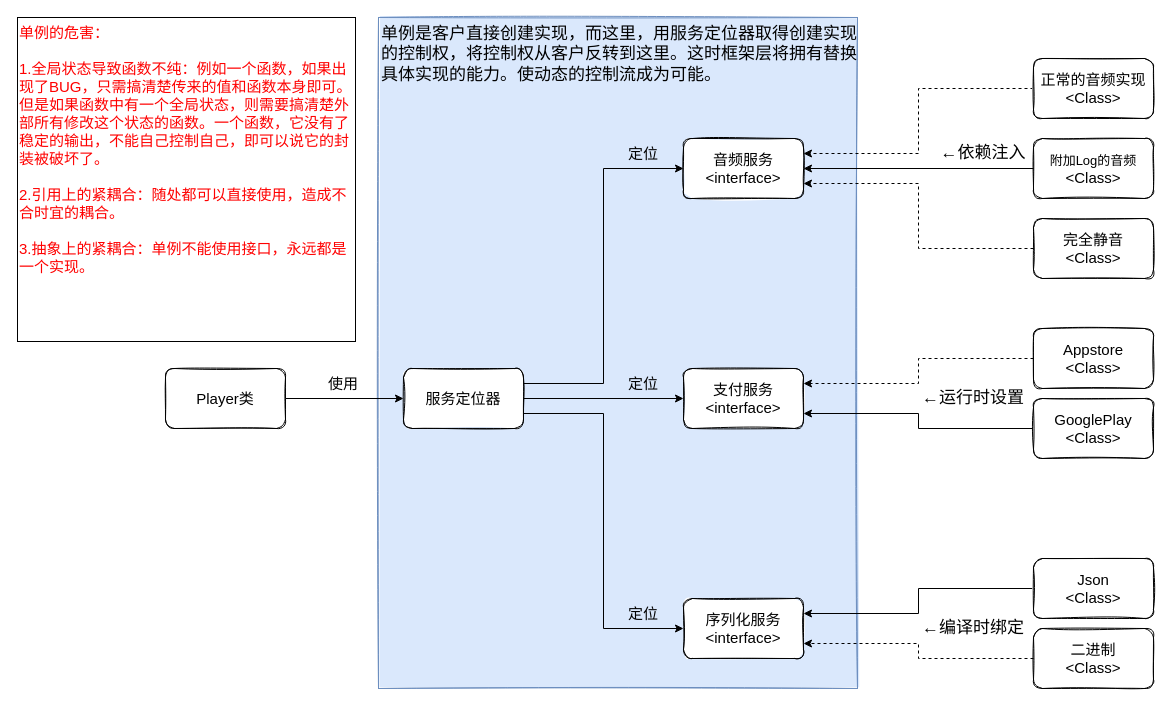
Before: page "服务定位器" (2 of 10) of StartFramework.drawio in sass00n1/StartFramework, a draw.io diagram. Source tidied: cells renumbered, new cells numbered last; positions are measured from the earlier drawing's top-left corner, leaving out a move shared by most shapes. Both pictures are drawn from the tidied source at 100%, with x=0, y=0 at pixel (17, 17).
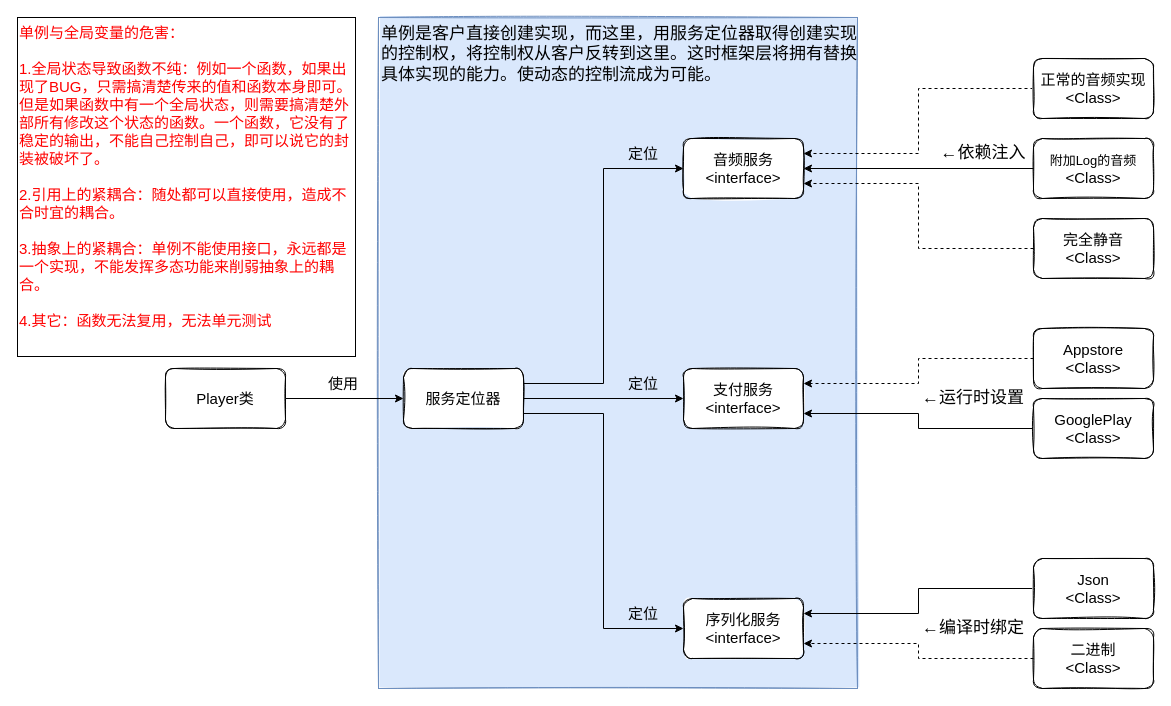
After the change.

What changed in the source:
```diff
@@
-    <mxCell id="35" value="&lt;div style=&quot;font-size: 15px&quot;&gt;&lt;font style=&quot;font-size: 15px&quot; color=&quot;#FF0000&quot;&gt;单例的危害：&lt;br&gt;&lt;/font&gt;&lt;/div&gt;&lt;div style=&quot;font-size: 15px&quot;&gt;&lt;font style=&quot;font-size: 15px&quot; color=&quot;#FF0000&quot;&gt;&lt;br&gt;&lt;/font&gt;&lt;/div&gt;&lt;div style=&quot;font-size: 15px&quot;&gt;&lt;font style=&quot;font-size: 15px&quot; color=&quot;#FF0000&quot;&gt;1.全局状态导致函数不纯：例如一个函数，如果出现了BUG，只需搞清楚传来的值和函数本身即可。但是如果函数中有一个全局状态，则需要搞清楚外部所有修改这个状态的函数。一个函数，它没有了稳定的输出，不能自己控制自己，即可以说它的封装被破坏了。&lt;/font&gt;&lt;/div&gt;&lt;div style=&quot;font-size: 15px&quot;&gt;&lt;font style=&quot;font-size: 15px&quot; color=&quot;#FF0000&quot;&gt;&lt;br&gt;&lt;/font&gt;&lt;/div&gt;&lt;div style=&quot;font-size: 15px&quot;&gt;&lt;font style=&quot;font-size: 15px&quot; color=&quot;#FF0000&quot;&gt;2.引用上的紧耦合：随处都可以直接使用，造成不合时宜的耦合。&lt;/font&gt;&lt;/div&gt;&lt;div style=&quot;font-size: 15px&quot;&gt;&lt;font style=&quot;font-size: 15px&quot; color=&quot;#FF0000&quot;&gt;&lt;br&gt;&lt;/font&gt;&lt;/div&gt;&lt;div style=&quot;font-size: 15px&quot;&gt;&lt;font style=&quot;font-size: 15px&quot; color=&quot;#FF0000&quot;&gt;3.抽象上的紧耦合：单例不能使用接口，永远都是一个实现。&lt;br&gt;&lt;/font&gt;&lt;/div&gt;" style="rounded=0;whiteSpace=wrap;html=1;align=left;verticalAlign=top;" parent="1" vertex="1">
-      <mxGeometry width="338" height="324" as="geometry" />
+    <mxCell id="35" value="&lt;div style=&quot;font-size: 15px&quot;&gt;&lt;font style=&quot;font-size: 15px&quot; color=&quot;#FF0000&quot;&gt;单例与全局变量的危害：&lt;br&gt;&lt;/font&gt;&lt;/div&gt;&lt;div style=&quot;font-size: 15px&quot;&gt;&lt;font style=&quot;font-size: 15px&quot; color=&quot;#FF0000&quot;&gt;&lt;br&gt;&lt;/font&gt;&lt;/div&gt;&lt;div style=&quot;font-size: 15px&quot;&gt;&lt;font style=&quot;font-size: 15px&quot; color=&quot;#FF0000&quot;&gt;1.全局状态导致函数不纯：例如一个函数，如果出现了BUG，只需搞清楚传来的值和函数本身即可。但是如果函数中有一个全局状态，则需要搞清楚外部所有修改这个状态的函数。一个函数，它没有了稳定的输出，不能自己控制自己，即可以说它的封装被破坏了。&lt;/font&gt;&lt;/div&gt;&lt;div style=&quot;font-size: 15px&quot;&gt;&lt;font style=&quot;font-size: 15px&quot; color=&quot;#FF0000&quot;&gt;&lt;br&gt;&lt;/font&gt;&lt;/div&gt;&lt;div style=&quot;font-size: 15px&quot;&gt;&lt;font style=&quot;font-size: 15px&quot; color=&quot;#FF0000&quot;&gt;2.引用上的紧耦合：随处都可以直接使用，造成不合时宜的耦合。&lt;/font&gt;&lt;/div&gt;&lt;div style=&quot;font-size: 15px&quot;&gt;&lt;font style=&quot;font-size: 15px&quot; color=&quot;#FF0000&quot;&gt;&lt;br&gt;&lt;/font&gt;&lt;/div&gt;&lt;div style=&quot;font-size: 15px&quot;&gt;&lt;font style=&quot;font-size: 15px&quot; color=&quot;#FF0000&quot;&gt;3.抽象上的紧耦合：单例不能使用接口，永远都是一个实现，不能发挥多态功能来削弱抽象上的耦合。&lt;/font&gt;&lt;/div&gt;&lt;div style=&quot;font-size: 15px&quot;&gt;&lt;font style=&quot;font-size: 15px&quot; color=&quot;#FF0000&quot;&gt;&lt;br&gt;&lt;/font&gt;&lt;/div&gt;&lt;div style=&quot;font-size: 15px&quot;&gt;&lt;font style=&quot;font-size: 15px&quot; color=&quot;#FF0000&quot;&gt;4.其它：函数无法复用，无法单元测试&lt;br&gt;&lt;/font&gt;&lt;/div&gt;" style="rounded=0;whiteSpace=wrap;html=1;align=left;verticalAlign=top;" parent="1" vertex="1">
+      <mxGeometry width="338" height="339" as="geometry" />
     </mxCell>
```
